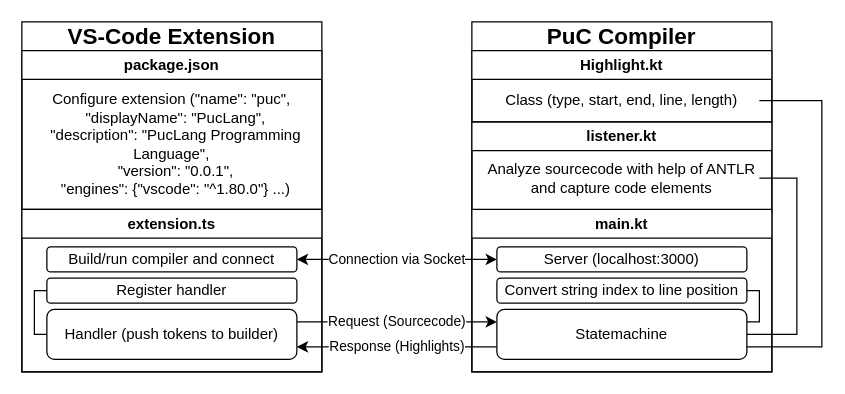
Before: architecture.drawio in timkoehne/PuC-SS23, a draw.io diagram. Source tidied: cells renumbered, new cells numbered last; positions are measured from the earlier drawing's top-left corner, leaving out a move shared by most shapes. Both pictures are drawn from the tidied source at 125%, with x=0, y=0 at pixel (21, 21).
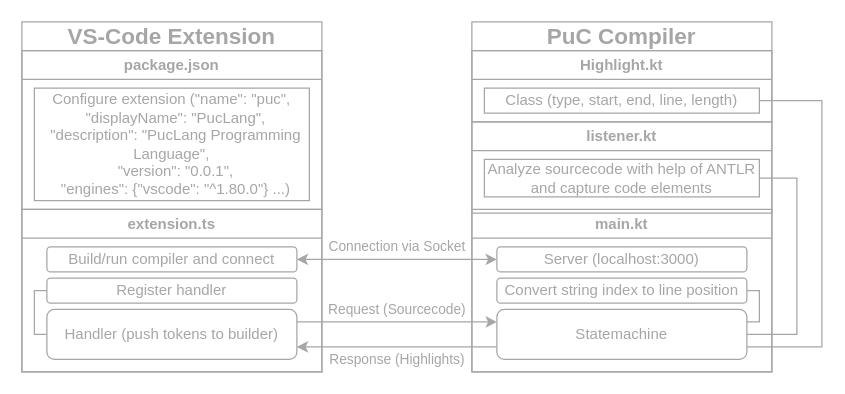
The same diagram, later.

Change to the diagram source:
```diff
@@
-    <mxCell id="2" value="Request (Sourcecode)" style="endArrow=classic;html=1;rounded=0;exitX=1;exitY=0.25;exitDx=0;exitDy=0;entryX=0;entryY=0.25;entryDx=0;entryDy=0;" parent="1" edge="1" source="7" target="17">
-      <mxGeometry relative="1" as="geometry" />
+    <mxCell id="2" value="Request (Sourcecode)" style="endArrow=classic;html=1;rounded=0;exitX=1;exitY=0.25;exitDx=0;exitDy=0;entryX=0;entryY=0.25;entryDx=0;entryDy=0;strokeColor=#a6a6a6;fontColor=#a6a6a6;labelBackgroundColor=none;" parent="1" edge="1" source="7" target="17">
+      <mxGeometry y="10" relative="1" as="geometry" />
     </mxCell>
-    <mxCell id="3" value="Response (Highlights)" style="endArrow=classic;html=1;rounded=0;entryX=1;entryY=0.75;entryDx=0;entryDy=0;exitX=0;exitY=0.75;exitDx=0;exitDy=0;" parent="1" edge="1" source="17" target="7">
-      <mxGeometry relative="1" as="geometry" />
+    <mxCell id="3" value="Response (Highlights)" style="endArrow=classic;html=1;rounded=0;entryX=1;entryY=0.75;entryDx=0;entryDy=0;exitX=0;exitY=0.75;exitDx=0;exitDy=0;strokeColor=#a6a6a6;fontColor=#a6a6a6;labelBackgroundColor=none;" parent="1" edge="1" source="17" target="7">
+      <mxGeometry y="10" relative="1" as="geometry" />
     </mxCell>
-    <mxCell id="4" value="&lt;font style=&quot;font-size: 18px;&quot;&gt;VS-Code Extension&lt;/font&gt;" style="swimlane;whiteSpace=wrap;html=1;" parent="1" vertex="1">
+    <mxCell id="4" value="&lt;font style=&quot;font-size: 18px;&quot;&gt;VS-Code Extension&lt;/font&gt;" style="swimlane;whiteSpace=wrap;html=1;fillColor=none;strokeColor=#a6a6a6;fontColor=#a6a6a6;" parent="1" vertex="1">
       <mxGeometry width="240" height="280" as="geometry" />
     </mxCell>
-    <mxCell id="5" value="extension.ts" style="swimlane;whiteSpace=wrap;html=1;" parent="4" vertex="1">
+    <mxCell id="5" value="extension.ts" style="swimlane;whiteSpace=wrap;html=1;fillColor=none;strokeColor=#a6a6a6;fontColor=#a6a6a6;" parent="4" vertex="1">
       <mxGeometry y="150" width="240" height="130" as="geometry" />
     </mxCell>
-    <mxCell id="6" value="Build/run compiler and connect" style="rounded=1;whiteSpace=wrap;html=1;" parent="5" vertex="1">
+    <mxCell id="6" value="Build/run compiler and connect" style="rounded=1;whiteSpace=wrap;html=1;fillColor=none;strokeColor=#a6a6a6;fontColor=#a6a6a6;" parent="5" vertex="1">
       <mxGeometry x="20" y="30" width="200" height="20" as="geometry" />
     </mxCell>
-    <mxCell id="7" value="Handler (push tokens to builder)" style="rounded=1;whiteSpace=wrap;html=1;" parent="5" vertex="1">
+    <mxCell id="7" value="Handler (push tokens to builder)" style="rounded=1;whiteSpace=wrap;html=1;fillColor=none;strokeColor=#a6a6a6;fontColor=#a6a6a6;" parent="5" vertex="1">
       <mxGeometry x="20" y="80" width="200" height="40" as="geometry" />
     </mxCell>
-    <mxCell id="8" value="Register handler" style="rounded=1;whiteSpace=wrap;html=1;" parent="5" vertex="1">
+    <mxCell id="8" value="Register handler" style="rounded=1;whiteSpace=wrap;html=1;fillColor=none;strokeColor=#a6a6a6;fontColor=#a6a6a6;" parent="5" vertex="1">
       <mxGeometry x="20" y="55" width="200" height="20" as="geometry" />
     </mxCell>
-    <mxCell id="9" style="endArrow=none;html=1;rounded=0;entryX=0;entryY=0.5;entryDx=0;entryDy=0;exitX=0;exitY=0.5;exitDx=0;exitDy=0;" parent="5" edge="1" source="7" target="8">
+    <mxCell id="9" style="endArrow=none;html=1;rounded=0;entryX=0;entryY=0.5;entryDx=0;entryDy=0;exitX=0;exitY=0.5;exitDx=0;exitDy=0;strokeColor=#a6a6a6;fontColor=#a6a6a6;" parent="5" edge="1" source="7" target="8">
       <mxGeometry relative="1" as="geometry">
         <Array as="points">
           <mxPoint x="10" y="100" />
           <mxPoint x="10" y="65" />
         </Array>
       </mxGeometry>
     </mxCell>
-    <mxCell id="10" value="package.json" style="swimlane;whiteSpace=wrap;html=1;" parent="4" vertex="1">
+    <mxCell id="10" value="package.json" style="swimlane;whiteSpace=wrap;html=1;fillColor=none;strokeColor=#a6a6a6;fontColor=#a6a6a6;" parent="4" vertex="1">
       <mxGeometry y="23" width="240" height="127" as="geometry" />
     </mxCell>
-    <mxCell id="11" value="Configure extension (&quot;name&quot;: &quot;puc&quot;,&lt;div&gt;&amp;nbsp; &quot;displayName&quot;: &quot;PucLang&quot;,&lt;/div&gt;&lt;div&gt;&amp;nbsp; &quot;description&quot;: &quot;PucLang Programming Language&quot;,&lt;/div&gt;&lt;div&gt;&amp;nbsp; &quot;version&quot;: &quot;0.0.1&quot;,&lt;/div&gt;&lt;div&gt;&amp;nbsp; &quot;engines&quot;: {&lt;span style=&quot;background-color: initial;&quot;&gt;&quot;vscode&quot;: &quot;^1.80.0&quot;&lt;/span&gt;&lt;span style=&quot;background-color: initial;&quot;&gt;} ...)&lt;/span&gt;&lt;/div&gt;" style="text;html=1;strokeColor=none;fillColor=none;align=center;verticalAlign=middle;whiteSpace=wrap;rounded=0;" parent="10" vertex="1">
+    <mxCell id="11" value="Configure extension (&quot;name&quot;: &quot;puc&quot;,&lt;div&gt;&amp;nbsp; &quot;displayName&quot;: &quot;PucLang&quot;,&lt;/div&gt;&lt;div&gt;&amp;nbsp; &quot;description&quot;: &quot;PucLang Programming Language&quot;,&lt;/div&gt;&lt;div&gt;&amp;nbsp; &quot;version&quot;: &quot;0.0.1&quot;,&lt;/div&gt;&lt;div&gt;&amp;nbsp; &quot;engines&quot;: {&lt;span style=&quot;background-color: initial;&quot;&gt;&quot;vscode&quot;: &quot;^1.80.0&quot;&lt;/span&gt;&lt;span style=&quot;background-color: initial;&quot;&gt;} ...)&lt;/span&gt;&lt;/div&gt;" style="text;html=1;strokeColor=#a6a6a6;fillColor=none;align=center;verticalAlign=middle;whiteSpace=wrap;rounded=0;fontColor=#a6a6a6;" parent="10" vertex="1">
       <mxGeometry x="10" y="30" width="220" height="90" as="geometry" />
     </mxCell>
-    <mxCell id="12" value="&lt;font style=&quot;font-size: 18px;&quot;&gt;PuC Compiler&lt;/font&gt;" style="swimlane;whiteSpace=wrap;html=1;" parent="1" vertex="1">
+    <mxCell id="12" value="&lt;font style=&quot;font-size: 18px;&quot;&gt;PuC Compiler&lt;/font&gt;" style="swimlane;whiteSpace=wrap;html=1;fillColor=none;strokeColor=#a6a6a6;fontColor=#a6a6a6;" parent="1" vertex="1">
       <mxGeometry x="360" width="240" height="280" as="geometry" />
     </mxCell>
-    <mxCell id="13" value="listener.kt" style="swimlane;whiteSpace=wrap;html=1;" parent="12" vertex="1">
+    <mxCell id="13" value="listener.kt" style="swimlane;whiteSpace=wrap;html=1;fillColor=none;strokeColor=#a6a6a6;fontColor=#a6a6a6;" parent="12" vertex="1">
       <mxGeometry y="80" width="240" height="73" as="geometry" />
     </mxCell>
-    <mxCell id="14" value="Analyze sourcecode with help of ANTLR and capture code elements" style="text;html=1;strokeColor=none;fillColor=none;align=center;verticalAlign=middle;whiteSpace=wrap;rounded=0;" parent="13" vertex="1">
+    <mxCell id="14" value="Analyze sourcecode with help of ANTLR and capture code elements" style="text;html=1;strokeColor=#a6a6a6;fillColor=none;align=center;verticalAlign=middle;whiteSpace=wrap;rounded=0;fontColor=#a6a6a6;" parent="13" vertex="1">
       <mxGeometry x="10" y="30" width="220" height="30" as="geometry" />
     </mxCell>
-    <mxCell id="15" value="main.kt" style="swimlane;whiteSpace=wrap;html=1;" parent="12" vertex="1">
+    <mxCell id="15" value="main.kt" style="swimlane;whiteSpace=wrap;html=1;fillColor=none;strokeColor=#a6a6a6;fontColor=#a6a6a6;" parent="12" vertex="1">
       <mxGeometry y="150" width="240" height="130" as="geometry" />
     </mxCell>
-    <mxCell id="16" value="&lt;div&gt;Server (localhost:3000)&lt;/div&gt;" style="rounded=1;whiteSpace=wrap;html=1;" parent="15" vertex="1">
+    <mxCell id="16" value="&lt;div&gt;Server (localhost:3000)&lt;/div&gt;" style="rounded=1;whiteSpace=wrap;html=1;fillColor=none;strokeColor=#a6a6a6;fontColor=#a6a6a6;" parent="15" vertex="1">
       <mxGeometry x="20" y="30" width="200" height="20" as="geometry" />
     </mxCell>
-    <mxCell id="17" value="Statemachine" style="rounded=1;whiteSpace=wrap;html=1;" parent="15" vertex="1">
+    <mxCell id="17" value="Statemachine" style="rounded=1;whiteSpace=wrap;html=1;fillColor=none;strokeColor=#a6a6a6;fontColor=#a6a6a6;" parent="15" vertex="1">
       <mxGeometry x="20" y="80" width="200" height="40" as="geometry" />
     </mxCell>
-    <mxCell id="18" value="Convert string index to line position" style="rounded=1;whiteSpace=wrap;html=1;" parent="15" vertex="1">
+    <mxCell id="18" value="Convert string index to line position" style="rounded=1;whiteSpace=wrap;html=1;fillColor=none;strokeColor=#a6a6a6;fontColor=#a6a6a6;" parent="15" vertex="1">
       <mxGeometry x="20" y="55" width="200" height="20" as="geometry" />
     </mxCell>
-    <mxCell id="19" style="endArrow=none;html=1;rounded=0;entryX=1;entryY=0.5;entryDx=0;entryDy=0;exitX=1;exitY=0.25;exitDx=0;exitDy=0;" parent="15" edge="1" source="17" target="18">
+    <mxCell id="19" style="endArrow=none;html=1;rounded=0;entryX=1;entryY=0.5;entryDx=0;entryDy=0;exitX=1;exitY=0.25;exitDx=0;exitDy=0;strokeColor=#a6a6a6;fontColor=#a6a6a6;" parent="15" edge="1" source="17" target="18">
       <mxGeometry relative="1" as="geometry">
         <Array as="points">
           <mxPoint x="230" y="90" />
           <mxPoint x="230" y="65" />
         </Array>
       </mxGeometry>
     </mxCell>
-    <mxCell id="20" value="Highlight.kt" style="swimlane;whiteSpace=wrap;html=1;" parent="12" vertex="1">
+    <mxCell id="20" value="Highlight.kt" style="swimlane;whiteSpace=wrap;html=1;fillColor=none;strokeColor=#a6a6a6;fontColor=#a6a6a6;" parent="12" vertex="1">
       <mxGeometry y="23" width="240" height="57" as="geometry" />
     </mxCell>
-    <mxCell id="21" value="Class (type, start, end, line, length)" style="text;html=1;strokeColor=none;fillColor=none;align=center;verticalAlign=middle;whiteSpace=wrap;rounded=0;" parent="20" vertex="1">
+    <mxCell id="21" value="Class (type, start, end, line, length)" style="text;html=1;strokeColor=#a6a6a6;fillColor=none;align=center;verticalAlign=middle;whiteSpace=wrap;rounded=0;fontColor=#a6a6a6;" parent="20" vertex="1">
       <mxGeometry x="10" y="30" width="220" height="20" as="geometry" />
     </mxCell>
-    <mxCell id="22" style="endArrow=none;html=1;rounded=0;entryX=1;entryY=0.5;entryDx=0;entryDy=0;exitX=1;exitY=0.75;exitDx=0;exitDy=0;" parent="12" edge="1" source="17" target="21">
+    <mxCell id="22" style="endArrow=none;html=1;rounded=0;entryX=1;entryY=0.5;entryDx=0;entryDy=0;exitX=1;exitY=0.75;exitDx=0;exitDy=0;strokeColor=#a6a6a6;fontColor=#a6a6a6;" parent="12" edge="1" source="17" target="21">
       <mxGeometry relative="1" as="geometry">
         <Array as="points">
           <mxPoint x="280" y="260" />
           <mxPoint x="280" y="63" />
         </Array>
       </mxGeometry>
     </mxCell>
-    <mxCell id="23" style="endArrow=none;html=1;rounded=0;entryX=1;entryY=0.5;entryDx=0;entryDy=0;exitX=1;exitY=0.5;exitDx=0;exitDy=0;" parent="12" edge="1" source="17" target="14">
+    <mxCell id="23" style="endArrow=none;html=1;rounded=0;entryX=1;entryY=0.5;entryDx=0;entryDy=0;exitX=1;exitY=0.5;exitDx=0;exitDy=0;strokeColor=#a6a6a6;fontColor=#a6a6a6;" parent="12" edge="1" source="17" target="14">
       <mxGeometry relative="1" as="geometry">
         <Array as="points">
           <mxPoint x="260" y="250" />
           <mxPoint x="260" y="125" />
         </Array>
       </mxGeometry>
     </mxCell>
-    <mxCell id="24" value="Connection via Socket" style="endArrow=classic;startArrow=classic;html=1;rounded=0;entryX=0;entryY=0.5;entryDx=0;entryDy=0;exitX=1;exitY=0.5;exitDx=0;exitDy=0;" parent="1" edge="1" source="6" target="16">
-      <mxGeometry relative="1" as="geometry" />
+    <mxCell id="24" value="Connection via Socket" style="endArrow=classic;startArrow=classic;html=1;rounded=0;entryX=0;entryY=0.5;entryDx=0;entryDy=0;exitX=1;exitY=0.5;exitDx=0;exitDy=0;strokeColor=#a6a6a6;fontColor=#a6a6a6;labelBackgroundColor=none;" parent="1" edge="1" source="6" target="16">
+      <mxGeometry y="10" relative="1" as="geometry" />
     </mxCell>
```
